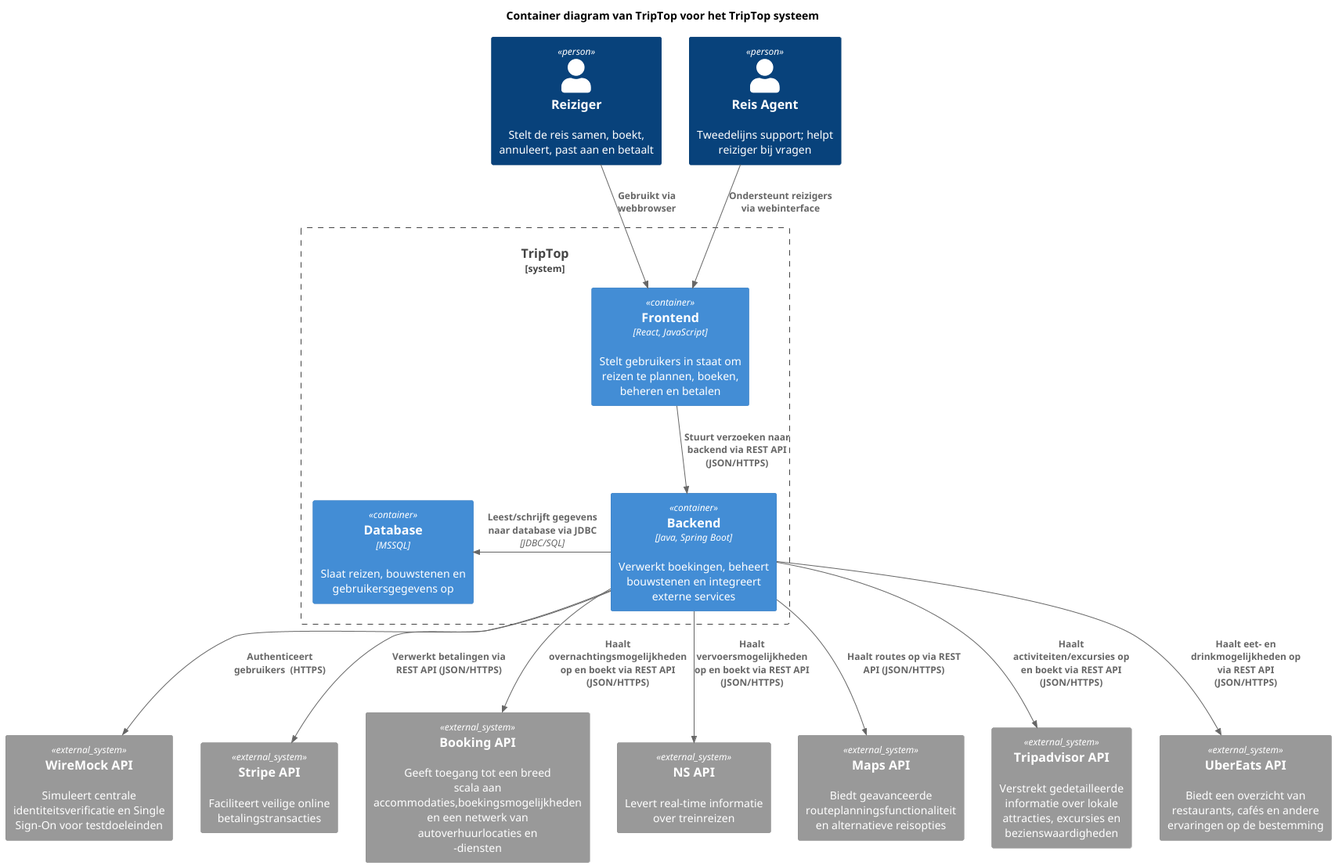
AIM-ENE-feb25/triptop-asas keeps this PlantUML diagram as software-guidebook/container-diagram.png. Above is the earlier version.
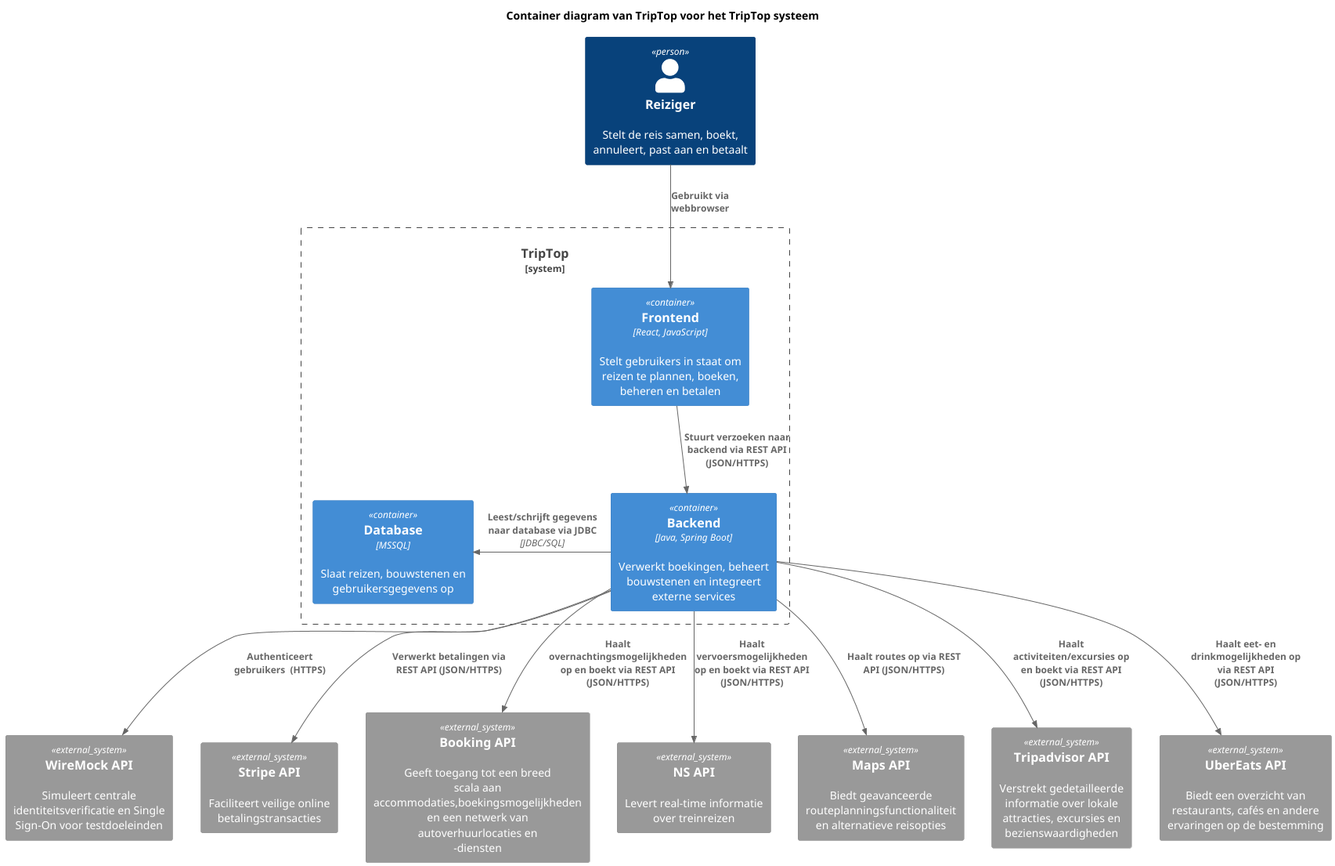
The same diagram one commit later.

What changed in the source:
```diff
@@ -4,7 +4,6 @@
 title Container diagram van TripTop voor het TripTop systeem
 
 Person(reiziger, "Reiziger", "Stelt de reis samen, boekt, annuleert, past aan en betaalt")
-Person(ondersteuner, "Reis Agent", "Tweedelijns support; helpt reiziger bij vragen")
 
 System_Boundary(triptop, "TripTop") {
     Container(frontend, "Frontend", "React, JavaScript", "Stelt gebruikers in staat om reizen te plannen, boeken, beheren en betalen")
@@ -21,7 +20,6 @@
 System_Ext(eten_services, "UberEats API", "Biedt een overzicht van restaurants, cafés en andere ervaringen op de bestemming")
 
 Rel(reiziger, frontend, "Gebruikt via webbrowser")
-Rel(ondersteuner, frontend, "Ondersteunt reizigers via webinterface")
 
 Rel(frontend, backend, "Stuurt verzoeken naar backend via REST API (JSON/HTTPS)")
 Rel_L(backend, database, "Leest/schrijft gegevens naar database via JDBC","JDBC/SQL")
```
